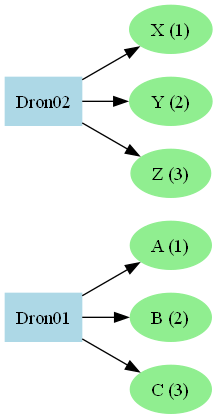
Above: wwwroot/sistema.png in sergiequezel/IPC2_Proyecto2_202401290 (Graphviz), before the change. Its source is kept beside it as wwwroot/sistema.dot. Its diagram source:
```dot
digraph SistemaDrones {
rankdir=LR;
node [shape=box, style=filled, color=lightblue];
Dron01 [label="Dron01"];
Dron01_1 [label="A (1)", shape=ellipse, color=lightgreen];
Dron01 -> Dron01_1;
Dron01_2 [label="B (2)", shape=ellipse, color=lightgreen];
Dron01 -> Dron01_2;
Dron01_3 [label="C (3)", shape=ellipse, color=lightgreen];
Dron01 -> Dron01_3;
Dron02 [label="Dron02"];
Dron02_1 [label="X (1)", shape=ellipse, color=lightgreen];
Dron02 -> Dron02_1;
Dron02_2 [label="Y (2)", shape=ellipse, color=lightgreen];
Dron02 -> Dron02_2;
Dron02_3 [label="Z (3)", shape=ellipse, color=lightgreen];
Dron02 -> Dron02_3;
}
```
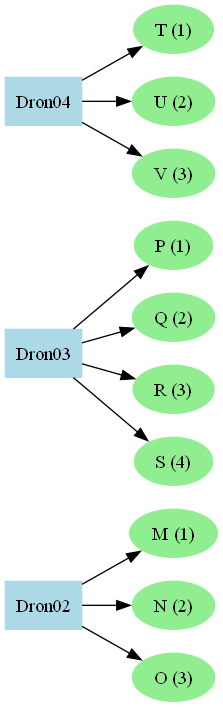
The same diagram one commit later.

What changed in the source:
```diff
@@ -1,18 +1,27 @@
 digraph SistemaDrones {
 rankdir=LR;
 node [shape=box, style=filled, color=lightblue];
-Dron01 [label="Dron01"];
-Dron01_1 [label="A (1)", shape=ellipse, color=lightgreen];
-Dron01 -> Dron01_1;
-Dron01_2 [label="B (2)", shape=ellipse, color=lightgreen];
-Dron01 -> Dron01_2;
-Dron01_3 [label="C (3)", shape=ellipse, color=lightgreen];
-Dron01 -> Dron01_3;
 Dron02 [label="Dron02"];
-Dron02_1 [label="X (1)", shape=ellipse, color=lightgreen];
+Dron02_1 [label="M (1)", shape=ellipse, color=lightgreen];
 Dron02 -> Dron02_1;
-Dron02_2 [label="Y (2)", shape=ellipse, color=lightgreen];
+Dron02_2 [label="N (2)", shape=ellipse, color=lightgreen];
 Dron02 -> Dron02_2;
-Dron02_3 [label="Z (3)", shape=ellipse, color=lightgreen];
+Dron02_3 [label="O (3)", shape=ellipse, color=lightgreen];
 Dron02 -> Dron02_3;
+Dron03 [label="Dron03"];
+Dron03_1 [label="P (1)", shape=ellipse, color=lightgreen];
+Dron03 -> Dron03_1;
+Dron03_2 [label="Q (2)", shape=ellipse, color=lightgreen];
+Dron03 -> Dron03_2;
+Dron03_3 [label="R (3)", shape=ellipse, color=lightgreen];
+Dron03 -> Dron03_3;
+Dron03_4 [label="S (4)", shape=ellipse, color=lightgreen];
+Dron03 -> Dron03_4;
+Dron04 [label="Dron04"];
+Dron04_1 [label="T (1)", shape=ellipse, color=lightgreen];
+Dron04 -> Dron04_1;
+Dron04_2 [label="U (2)", shape=ellipse, color=lightgreen];
+Dron04 -> Dron04_2;
+Dron04_3 [label="V (3)", shape=ellipse, color=lightgreen];
+Dron04 -> Dron04_3;
 }
```
